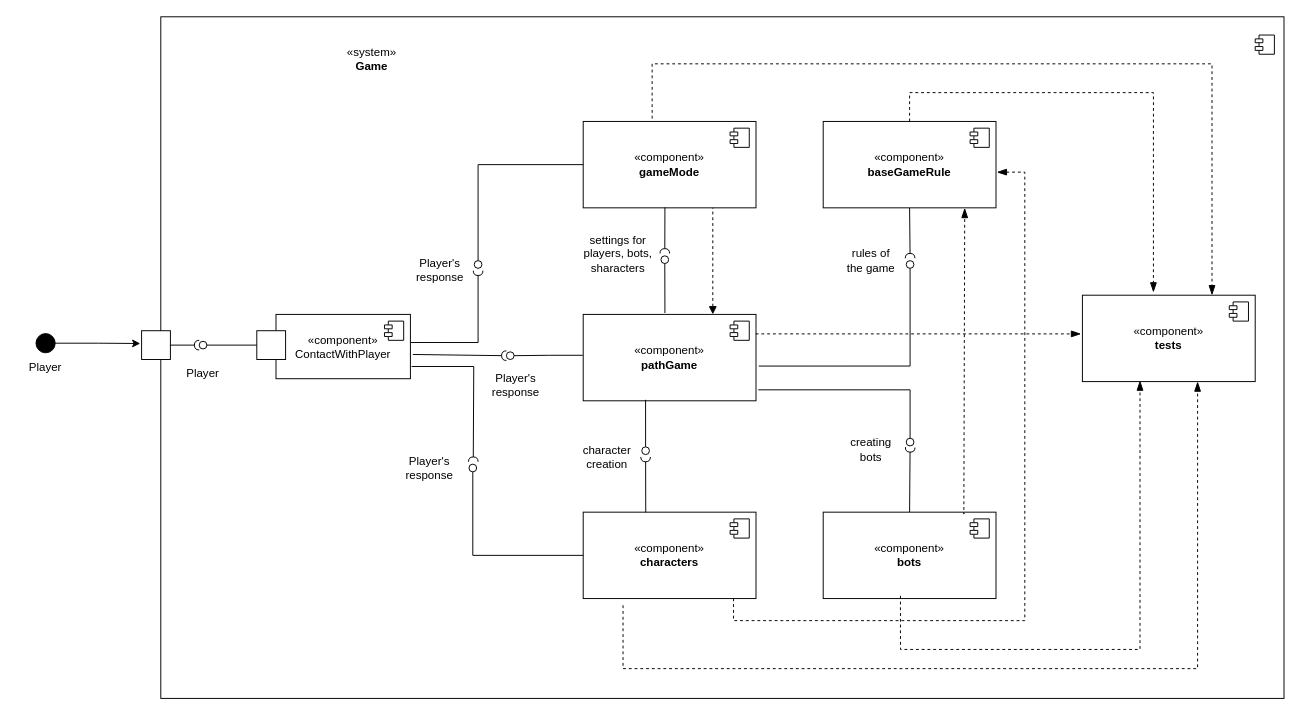
The draw.io diagram doc/UML_diagramma_component.drawio in Egor-Shast-rezka/LabWork2, before the edit. Source tidied: cells renumbered, new cells numbered last; positions are measured from the earlier drawing's top-left corner, leaving out a move shared by most shapes. Both pictures are drawn from the tidied source at 96%, with x=0, y=0 at pixel (16, 16).
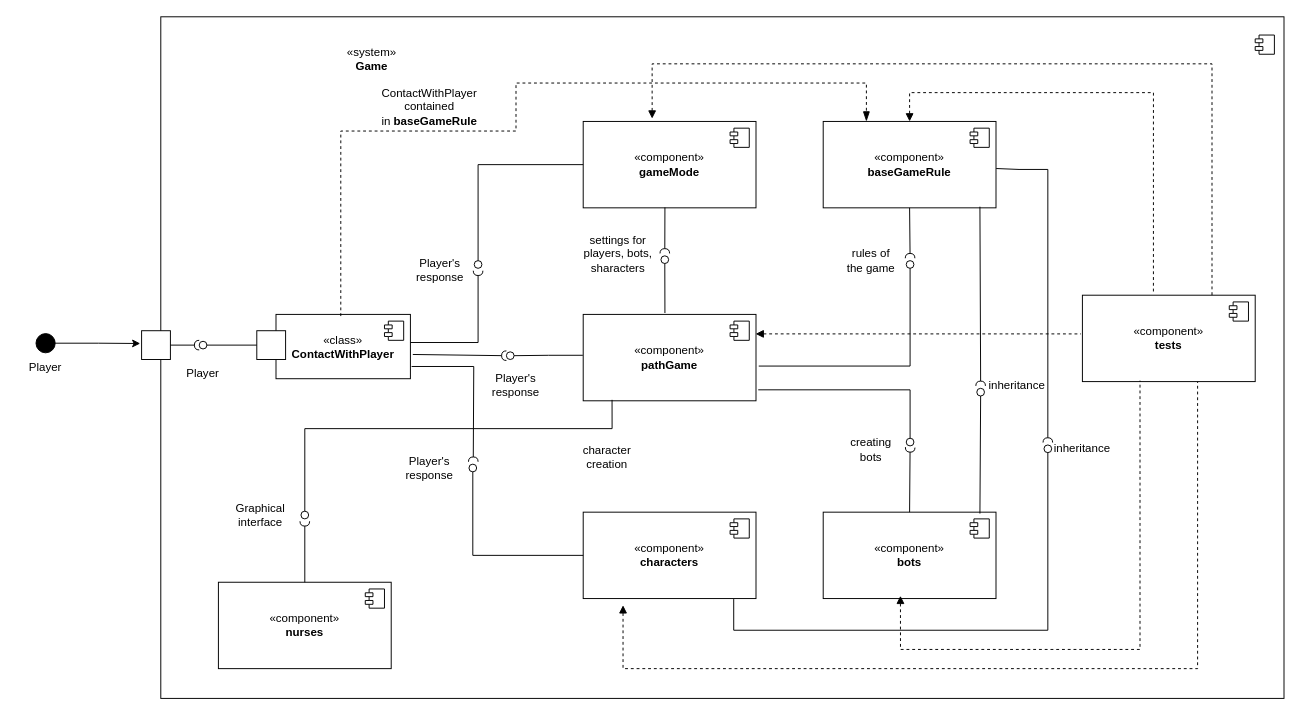
The same page after the edit.

Commit message (it also covers changes not shown here):
change UML diagrams

Unchanged cells that the change refers to:
```xml
<mxCell id="3" value="&lt;div&gt;«component»&lt;b&gt;&lt;br&gt;&lt;/b&gt;&lt;/div&gt;&lt;div&gt;&lt;b&gt;pathGame&lt;/b&gt;&lt;/div&gt;" style="html=1;whiteSpace=wrap;" parent="1" vertex="1">
  <mxGeometry x="590" y="310" width="180" height="90" as="geometry" />
</mxCell>
<mxCell id="5" value="&lt;div&gt;«component»&lt;b&gt;&lt;br&gt;&lt;/b&gt;&lt;/div&gt;&lt;div&gt;&lt;b&gt;gameMode&lt;/b&gt;&lt;/div&gt;" style="html=1;whiteSpace=wrap;" parent="1" vertex="1">
  <mxGeometry x="590" y="109" width="180" height="90" as="geometry" />
</mxCell>
<mxCell id="7" value="&lt;div&gt;&lt;div&gt;&lt;br&gt;&lt;/div&gt;&lt;div&gt;«component»&lt;b&gt;&lt;br&gt;&lt;/b&gt;&lt;/div&gt;&lt;div&gt;&lt;b&gt;baseGameRule&lt;/b&gt;&lt;/div&gt;&lt;br&gt;&lt;/div&gt;" style="html=1;whiteSpace=wrap;" parent="1" vertex="1">
  <mxGeometry x="840" y="109" width="180" height="90" as="geometry" />
</mxCell>
<mxCell id="9" value="&lt;div&gt;«component»&lt;b&gt;&lt;br&gt;&lt;/b&gt;&lt;/div&gt;&lt;div&gt;&lt;b&gt;bots&lt;/b&gt;&lt;/div&gt;" style="html=1;whiteSpace=wrap;" parent="1" vertex="1">
  <mxGeometry x="840" y="516" width="180" height="90" as="geometry" />
</mxCell>
<mxCell id="11" value="&lt;div&gt;«component»&lt;b&gt;&lt;br&gt;&lt;/b&gt;&lt;/div&gt;&lt;div&gt;&lt;b&gt;characters&lt;/b&gt;&lt;/div&gt;" style="html=1;whiteSpace=wrap;" parent="1" vertex="1">
  <mxGeometry x="590" y="516" width="180" height="90" as="geometry" />
</mxCell>
<mxCell id="65" value="&lt;div&gt;«component»&lt;b&gt;&lt;br&gt;&lt;/b&gt;&lt;/div&gt;&lt;div&gt;&lt;b&gt;tests&lt;/b&gt;&lt;/div&gt;" style="html=1;whiteSpace=wrap;" parent="1" vertex="1">
  <mxGeometry x="1110" y="290" width="180" height="90" as="geometry" />
</mxCell>
```

The edit, as a diff of the source:
```diff
@@
-    <mxCell id="13" style="endArrow=none;html=1;rounded=0;align=center;verticalAlign=top;endFill=0;labelBackgroundColor=none;endSize=2;exitX=0.361;exitY=0.989;exitDx=0;exitDy=0;exitPerimeter=0;" parent="1" edge="1" source="3" target="14">
+    <mxCell id="13" style="endArrow=none;html=1;rounded=0;align=center;verticalAlign=top;endFill=0;labelBackgroundColor=none;endSize=2;entryX=0.907;entryY=0.016;entryDx=0;entryDy=0;entryPerimeter=0;" parent="1" edge="1" source="14" target="9">
       <mxGeometry relative="1" as="geometry" />
     </mxCell>
     <mxCell id="14" style="ellipse;html=1;fontSize=11;align=center;fillColor=none;points=[];verticalAlign=bottom;labelPosition=center;verticalLabelPosition=top;flipH=1;" parent="1" vertex="1">
-      <mxGeometry x="651" y="448" width="8" height="8" as="geometry" />
+      <mxGeometry x="1000" y="387" width="8" height="8" as="geometry" />
     </mxCell>
@@
-    <mxCell id="23" style="endArrow=none;html=1;rounded=0;align=center;verticalAlign=top;endFill=0;labelBackgroundColor=none;endSize=2;exitX=0.362;exitY=0.002;exitDx=0;exitDy=0;exitPerimeter=0;" parent="1" edge="1" source="11" target="24">
+    <mxCell id="23" style="endArrow=none;html=1;rounded=0;align=center;verticalAlign=top;endFill=0;labelBackgroundColor=none;endSize=2;entryX=0.907;entryY=0.987;entryDx=0;entryDy=0;entryPerimeter=0;" parent="1" edge="1" source="24" target="7">
       <mxGeometry relative="1" as="geometry" />
     </mxCell>
-    <mxCell id="24" style="shape=requiredInterface;html=1;fontSize=11;align=center;fillColor=none;points=[];verticalAlign=bottom;labelPosition=center;verticalLabelPosition=top;flipH=1;rotation=-90;" parent="1" vertex="1">
-      <mxGeometry x="652.5" y="456" width="5" height="10" as="geometry" />
+    <mxCell id="24" style="shape=requiredInterface;html=1;fontSize=11;align=center;fillColor=none;points=[];verticalAlign=bottom;labelPosition=center;verticalLabelPosition=top;flipH=1;rotation=90;" parent="1" vertex="1">
+      <mxGeometry x="1001.5" y="377" width="5" height="10" as="geometry" />
     </mxCell>
@@
-    <mxCell id="46" value="&lt;div&gt;«component»&lt;b&gt;&lt;br&gt;&lt;/b&gt;&lt;/div&gt;&lt;div&gt;ContactWithPlayer&lt;/div&gt;" style="html=1;whiteSpace=wrap;" parent="1" vertex="1">
+    <mxCell id="46" value="&lt;div&gt;«class»&lt;b&gt;&lt;br&gt;&lt;/b&gt;&lt;/div&gt;&lt;div&gt;&lt;b&gt;ContactWithPlayer&lt;/b&gt;&lt;/div&gt;" style="html=1;whiteSpace=wrap;" parent="1" vertex="1">
       <mxGeometry x="270" y="310" width="140" height="67" as="geometry" />
     </mxCell>
@@
-    <mxCell id="55" style="endArrow=blockThin;startArrow=none;endFill=1;startFill=0;endSize=8;html=1;verticalAlign=bottom;dashed=1;labelBackgroundColor=none;rounded=0;exitX=0.814;exitY=0.003;exitDx=0;exitDy=0;exitPerimeter=0;entryX=0.819;entryY=1.002;entryDx=0;entryDy=0;entryPerimeter=0;edgeStyle=orthogonalEdgeStyle;" parent="1" edge="1" source="9" target="7">
-      <mxGeometry relative="1" as="geometry">
-        <Array as="points">
-          <mxPoint x="987" y="518" />
-          <mxPoint x="987" y="518" />
-        </Array>
-      </mxGeometry>
-    </mxCell>
-    <mxCell id="56" style="endArrow=blockThin;startArrow=none;endFill=1;startFill=0;endSize=8;html=1;verticalAlign=bottom;dashed=1;labelBackgroundColor=none;rounded=0;exitX=0.87;exitY=0.998;exitDx=0;exitDy=0;exitPerimeter=0;entryX=1.005;entryY=0.587;entryDx=0;entryDy=0;entryPerimeter=0;edgeStyle=orthogonalEdgeStyle;" parent="1" edge="1" source="11" target="7">
-      <mxGeometry relative="1" as="geometry">
-        <Array as="points">
-          <mxPoint x="747" y="629" />
-          <mxPoint x="1050" y="629" />
-          <mxPoint x="1050" y="162" />
-        </Array>
-      </mxGeometry>
-    </mxCell>
-    <mxCell id="57" style="endArrow=none;startArrow=block;endFill=0;startFill=1;endSize=8;html=1;verticalAlign=bottom;dashed=1;labelBackgroundColor=none;rounded=0;edgeStyle=orthogonalEdgeStyle;entryX=0.75;entryY=1;entryDx=0;entryDy=0;exitX=0.75;exitY=0;exitDx=0;exitDy=0;" parent="1" edge="1" source="3" target="5">
-      <mxGeometry relative="1" as="geometry" />
-    </mxCell>
@@
-    <mxCell id="67" style="endArrow=blockThin;startArrow=none;endFill=1;startFill=0;endSize=8;html=1;verticalAlign=bottom;dashed=1;labelBackgroundColor=none;rounded=0;exitX=0.87;exitY=0.998;exitDx=0;exitDy=0;exitPerimeter=0;edgeStyle=orthogonalEdgeStyle;" parent="1" edge="1">
+    <mxCell id="67" style="endArrow=none;startArrow=block;endFill=1;startFill=1;endSize=8;html=1;verticalAlign=bottom;dashed=1;labelBackgroundColor=none;rounded=0;exitX=0.87;exitY=0.998;exitDx=0;exitDy=0;exitPerimeter=0;edgeStyle=orthogonalEdgeStyle;" parent="1" edge="1">
       <mxGeometry relative="1" as="geometry">
         <mxPoint x="631.5" y="613" as="sourcePoint" />
         <mxPoint x="1230" y="380" as="targetPoint" />
         <Array as="points">
           <mxPoint x="631" y="679" />
           <mxPoint x="1230" y="679" />
           <mxPoint x="1230" y="380" />
         </Array>
       </mxGeometry>
     </mxCell>
-    <mxCell id="68" style="endArrow=blockThin;startArrow=none;endFill=1;startFill=0;endSize=8;html=1;verticalAlign=bottom;dashed=1;labelBackgroundColor=none;rounded=0;exitX=0.447;exitY=0.968;exitDx=0;exitDy=0;exitPerimeter=0;edgeStyle=orthogonalEdgeStyle;" parent="1" edge="1" source="9">
+    <mxCell id="68" style="endArrow=none;startArrow=block;endFill=1;startFill=1;endSize=8;html=1;verticalAlign=bottom;dashed=1;labelBackgroundColor=none;rounded=0;exitX=0.447;exitY=0.968;exitDx=0;exitDy=0;exitPerimeter=0;edgeStyle=orthogonalEdgeStyle;" parent="1" edge="1" source="9">
       <mxGeometry relative="1" as="geometry">
         <mxPoint x="1170" y="379" as="targetPoint" />
         <Array as="points">
           <mxPoint x="920" y="659" />
           <mxPoint x="1170" y="659" />
         </Array>
       </mxGeometry>
     </mxCell>
-    <mxCell id="69" style="endArrow=blockThin;startArrow=none;endFill=1;startFill=0;endSize=8;html=1;verticalAlign=bottom;dashed=1;labelBackgroundColor=none;rounded=0;exitX=0.399;exitY=-0.033;exitDx=0;exitDy=0;exitPerimeter=0;entryX=0.75;entryY=0;entryDx=0;entryDy=0;edgeStyle=orthogonalEdgeStyle;" parent="1" edge="1" source="5" target="65">
+    <mxCell id="69" style="endArrow=none;startArrow=block;endFill=1;startFill=1;endSize=8;html=1;verticalAlign=bottom;dashed=1;labelBackgroundColor=none;rounded=0;exitX=0.399;exitY=-0.033;exitDx=0;exitDy=0;exitPerimeter=0;entryX=0.75;entryY=0;entryDx=0;entryDy=0;edgeStyle=orthogonalEdgeStyle;" parent="1" edge="1" source="5" target="65">
       <mxGeometry relative="1" as="geometry">
         <Array as="points">
           <mxPoint x="662" y="49" />
           <mxPoint x="1245" y="49" />
         </Array>
       </mxGeometry>
     </mxCell>
-    <mxCell id="70" style="endArrow=blockThin;startArrow=none;endFill=1;startFill=0;endSize=8;html=1;verticalAlign=bottom;dashed=1;labelBackgroundColor=none;rounded=0;exitX=0.5;exitY=0;exitDx=0;exitDy=0;entryX=0.411;entryY=-0.033;entryDx=0;entryDy=0;edgeStyle=orthogonalEdgeStyle;entryPerimeter=0;" parent="1" edge="1" source="7" target="65">
+    <mxCell id="70" style="endArrow=none;startArrow=block;endFill=1;startFill=1;endSize=8;html=1;verticalAlign=bottom;dashed=1;labelBackgroundColor=none;rounded=0;exitX=0.5;exitY=0;exitDx=0;exitDy=0;entryX=0.411;entryY=-0.033;entryDx=0;entryDy=0;edgeStyle=orthogonalEdgeStyle;entryPerimeter=0;" parent="1" edge="1" source="7" target="65">
       <mxGeometry relative="1" as="geometry">
         <Array as="points">
           <mxPoint x="930" y="79" />
           <mxPoint x="1184" y="79" />
         </Array>
       </mxGeometry>
     </mxCell>
-    <mxCell id="71" style="endArrow=blockThin;startArrow=none;endFill=1;startFill=0;endSize=8;html=1;verticalAlign=bottom;dashed=1;labelBackgroundColor=none;rounded=0;exitX=0.998;exitY=0.228;exitDx=0;exitDy=0;entryX=-0.008;entryY=0.448;entryDx=0;entryDy=0;entryPerimeter=0;edgeStyle=orthogonalEdgeStyle;exitPerimeter=0;" parent="1" edge="1" source="3" target="65">
+    <mxCell id="71" style="endArrow=none;startArrow=block;endFill=1;startFill=1;endSize=8;html=1;verticalAlign=bottom;dashed=1;labelBackgroundColor=none;rounded=0;exitX=0.998;exitY=0.228;exitDx=0;exitDy=0;entryX=-0.008;entryY=0.448;entryDx=0;entryDy=0;entryPerimeter=0;edgeStyle=orthogonalEdgeStyle;exitPerimeter=0;" parent="1" edge="1" source="3" target="65">
       <mxGeometry relative="1" as="geometry">
         <Array as="points">
           <mxPoint x="1109" y="331" />
         </Array>
       </mxGeometry>
     </mxCell>
+    <mxCell id="72" value="&lt;div&gt;«component»&lt;b&gt;&lt;br&gt;&lt;/b&gt;&lt;/div&gt;&lt;div&gt;&lt;b&gt;nurses&lt;/b&gt;&lt;/div&gt;" style="html=1;whiteSpace=wrap;" parent="1" vertex="1">
+      <mxGeometry x="210" y="589" width="180" height="90" as="geometry" />
+    </mxCell>
+    <mxCell id="73" style="shape=module;jettyWidth=8;jettyHeight=4;" parent="72" vertex="1">
+      <mxGeometry x="1" width="20" height="20" relative="1" as="geometry">
+        <mxPoint x="-27" y="7" as="offset" />
+      </mxGeometry>
+    </mxCell>
+    <mxCell id="74" style="endArrow=blockThin;startArrow=none;endFill=1;startFill=0;endSize=8;html=1;verticalAlign=bottom;dashed=1;labelBackgroundColor=none;rounded=0;entryX=0.25;entryY=0;entryDx=0;entryDy=0;edgeStyle=orthogonalEdgeStyle;exitX=0.482;exitY=0.026;exitDx=0;exitDy=0;exitPerimeter=0;" parent="1" edge="1" source="46" target="7">
+      <mxGeometry relative="1" as="geometry">
+        <Array as="points">
+          <mxPoint x="338" y="119" />
+          <mxPoint x="520" y="119" />
+          <mxPoint x="520" y="69" />
+          <mxPoint x="885" y="69" />
+        </Array>
+      </mxGeometry>
+    </mxCell>
+    <mxCell id="75" value="ContactWithPlayer contained in&amp;nbsp;&lt;b&gt;baseGameRule&lt;/b&gt;" style="text;html=1;align=center;verticalAlign=middle;whiteSpace=wrap;rounded=0;" parent="1" vertex="1">
+      <mxGeometry x="370" y="79" width="120" height="30" as="geometry" />
+    </mxCell>
+    <mxCell id="76" style="endArrow=none;html=1;rounded=0;align=center;verticalAlign=top;endFill=0;labelBackgroundColor=none;endSize=2;exitX=0.167;exitY=0.989;exitDx=0;exitDy=0;exitPerimeter=0;edgeStyle=orthogonalEdgeStyle;" parent="1" edge="1" source="3" target="77">
+      <mxGeometry relative="1" as="geometry">
+        <Array as="points">
+          <mxPoint x="620" y="429" />
+          <mxPoint x="300" y="429" />
+        </Array>
+      </mxGeometry>
+    </mxCell>
+    <mxCell id="77" style="ellipse;html=1;fontSize=11;align=center;fillColor=none;points=[];verticalAlign=bottom;labelPosition=center;verticalLabelPosition=top;flipH=1;" parent="1" vertex="1">
+      <mxGeometry x="296" y="515" width="8" height="8" as="geometry" />
+    </mxCell>
+    <mxCell id="78" style="endArrow=none;html=1;rounded=0;align=center;verticalAlign=top;endFill=0;labelBackgroundColor=none;endSize=2;exitX=0.5;exitY=0;exitDx=0;exitDy=0;exitPerimeter=0;" parent="1" edge="1" source="72" target="79">
+      <mxGeometry relative="1" as="geometry" />
+    </mxCell>
+    <mxCell id="79" style="shape=requiredInterface;html=1;fontSize=11;align=center;fillColor=none;points=[];verticalAlign=bottom;labelPosition=center;verticalLabelPosition=top;flipH=1;rotation=-90;" parent="1" vertex="1">
+      <mxGeometry x="297.5" y="523" width="5" height="10" as="geometry" />
+    </mxCell>
+    <mxCell id="80" value="Graphical interface" style="text;html=1;align=center;verticalAlign=middle;whiteSpace=wrap;rounded=0;" parent="1" vertex="1">
+      <mxGeometry x="224" y="504" width="60" height="30" as="geometry" />
+    </mxCell>
+    <mxCell id="81" style="endArrow=none;html=1;rounded=0;align=center;verticalAlign=top;endFill=0;labelBackgroundColor=none;endSize=2;entryX=0.871;entryY=1.006;entryDx=0;entryDy=0;entryPerimeter=0;edgeStyle=orthogonalEdgeStyle;" parent="1" edge="1" source="82" target="11">
+      <mxGeometry relative="1" as="geometry">
+        <Array as="points">
+          <mxPoint x="1074" y="639" />
+          <mxPoint x="747" y="639" />
+        </Array>
+      </mxGeometry>
+    </mxCell>
+    <mxCell id="82" style="ellipse;html=1;fontSize=11;align=center;fillColor=none;points=[];verticalAlign=bottom;labelPosition=center;verticalLabelPosition=top;flipH=1;" parent="1" vertex="1">
+      <mxGeometry x="1070" y="446" width="8" height="8" as="geometry" />
+    </mxCell>
+    <mxCell id="83" style="endArrow=none;html=1;rounded=0;align=center;verticalAlign=top;endFill=0;labelBackgroundColor=none;endSize=2;entryX=1.001;entryY=0.545;entryDx=0;entryDy=0;entryPerimeter=0;edgeStyle=orthogonalEdgeStyle;" parent="1" edge="1" source="84" target="7">
+      <mxGeometry relative="1" as="geometry">
+        <Array as="points">
+          <mxPoint x="1074" y="159" />
+          <mxPoint x="1044" y="159" />
+        </Array>
+      </mxGeometry>
+    </mxCell>
+    <mxCell id="84" style="shape=requiredInterface;html=1;fontSize=11;align=center;fillColor=none;points=[];verticalAlign=bottom;labelPosition=center;verticalLabelPosition=top;flipH=1;rotation=90;" parent="1" vertex="1">
+      <mxGeometry x="1071.5" y="436" width="5" height="10" as="geometry" />
+    </mxCell>
+    <mxCell id="85" value="inheritance" style="text;html=1;align=center;verticalAlign=middle;whiteSpace=wrap;rounded=0;" parent="1" vertex="1">
+      <mxGeometry x="1011.5" y="369" width="60" height="30" as="geometry" />
+    </mxCell>
+    <mxCell id="86" value="inheritance" style="text;html=1;align=center;verticalAlign=middle;whiteSpace=wrap;rounded=0;" parent="1" vertex="1">
+      <mxGeometry x="1080" y="435" width="60" height="30" as="geometry" />
+    </mxCell>
```
